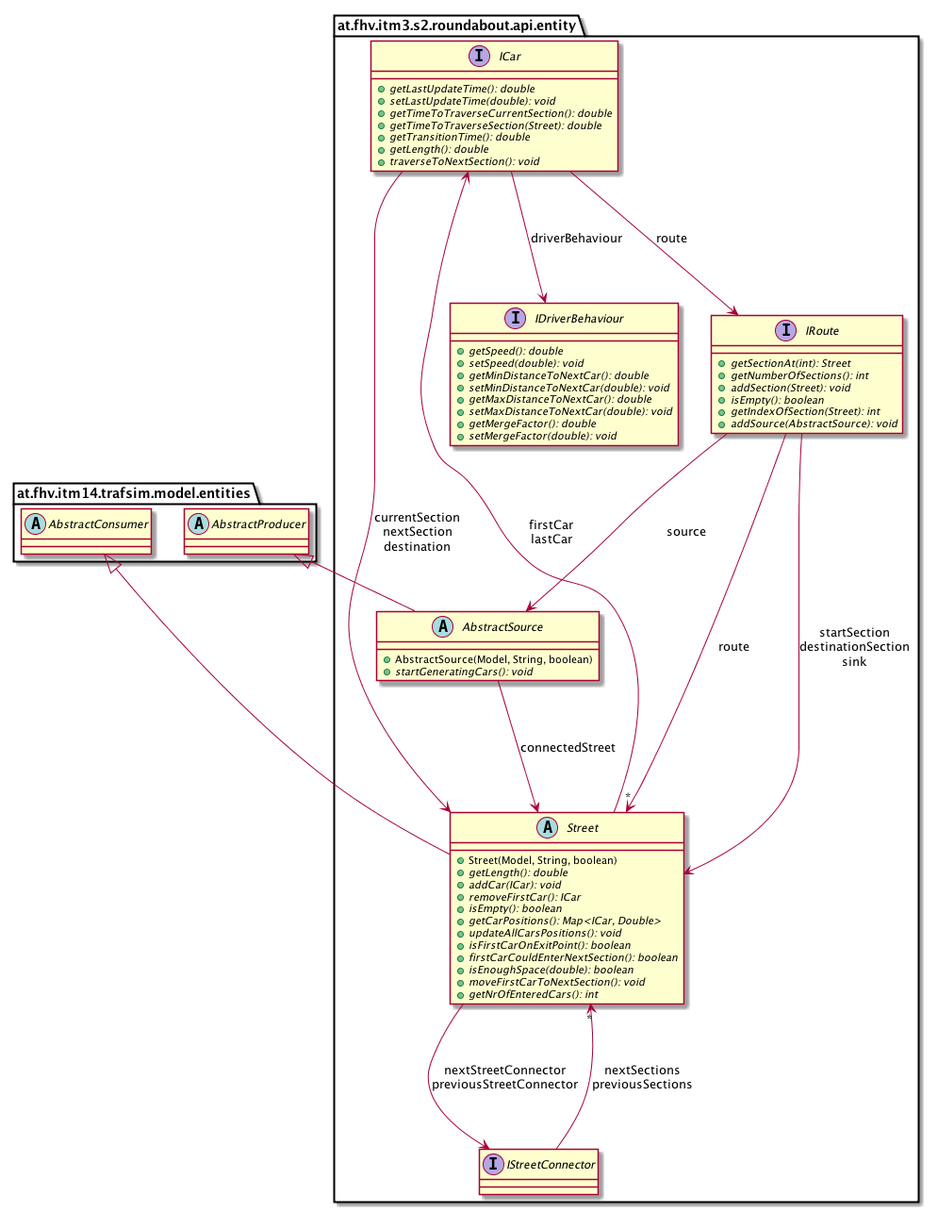
The PlantUML diagram images/uml-class/at.fhv.itm3.s2.roundabout.api.entity.package.png in sereGkaluv/Roundabout-Simulation-Library, before a commit. Its diagram source:
```plantuml
@startuml

    namespace at.fhv.itm3.s2.roundabout.api.entity {

        interface IDriverBehaviour [[../../../../../at/fhv/itm3/s2/roundabout/api/entity/IDriverBehaviour.html]] {
            {abstract} +getSpeed(): double
            {abstract} +setSpeed(double): void
            {abstract} +getMinDistanceToNextCar(): double
            {abstract} +setMinDistanceToNextCar(double): void
            {abstract} +getMaxDistanceToNextCar(): double
            {abstract} +setMaxDistanceToNextCar(double): void
            {abstract} +getMergeFactor(): double
            {abstract} +setMergeFactor(double): void
        }

        interface IStreetConnector [[../../../../../at/fhv/itm3/s2/roundabout/api/entity/IStreetConnector.html]] {
        }

        abstract class AbstractSource [[../../../../../at/fhv/itm3/s2/roundabout/api/entity/AbstractSource.html]] {
            +AbstractSource(Model, String, boolean)
            {abstract} +startGeneratingCars(): void
        }

        abstract class Street [[../../../../../at/fhv/itm3/s2/roundabout/api/entity/Street.html]] {
            +Street(Model, String, boolean)
            {abstract} +getLength(): double
            {abstract} +addCar(ICar): void
            {abstract} +removeFirstCar(): ICar
            {abstract} +isEmpty(): boolean
            {abstract} +getCarPositions(): Map<ICar, Double>
            {abstract} +updateAllCarsPositions(): void
            {abstract} +isFirstCarOnExitPoint(): boolean
            {abstract} +firstCarCouldEnterNextSection(): boolean
            {abstract} +isEnoughSpace(double): boolean
            {abstract} +moveFirstCarToNextSection(): void
            {abstract} +getNrOfEnteredCars(): int
        }

        interface IRoute [[../../../../../at/fhv/itm3/s2/roundabout/api/entity/IRoute.html]] {
            {abstract} +getSectionAt(int): Street
            {abstract} +getNumberOfSections(): int
            {abstract} +addSection(Street): void
            {abstract} +isEmpty(): boolean
            {abstract} +getIndexOfSection(Street): int
            {abstract} +addSource(AbstractSource): void
        }

        interface ICar [[../../../../../at/fhv/itm3/s2/roundabout/api/entity/ICar.html]] {
            {abstract} +getLastUpdateTime(): double
            {abstract} +setLastUpdateTime(double): void
            {abstract} +getTimeToTraverseCurrentSection(): double
            {abstract} +getTimeToTraverseSection(Street): double
            {abstract} +getTransitionTime(): double
            {abstract} +getLength(): double
            {abstract} +traverseToNextSection(): void
        }

        abstract class at.fhv.itm14.trafsim.model.entities.AbstractProducer
        at.fhv.itm14.trafsim.model.entities.AbstractProducer <|-- AbstractSource

        abstract class at.fhv.itm14.trafsim.model.entities.AbstractConsumer
        at.fhv.itm14.trafsim.model.entities.AbstractConsumer <|-- Street

        IStreetConnector --> "*" Street: nextSections\npreviousSections

        AbstractSource --> Street: connectedStreet

        Street --> ICar: firstCar\nlastCar

        Street --> IStreetConnector: nextStreetConnector\npreviousStreetConnector

        IRoute --> "*" Street: route

        IRoute --> Street: startSection\ndestinationSection\nsink

        IRoute --> AbstractSource: source

        ICar --> IDriverBehaviour: driverBehaviour

        ICar --> IRoute: route

        ICar --> Street: currentSection\nnextSection\ndestination

    }

@enduml
```
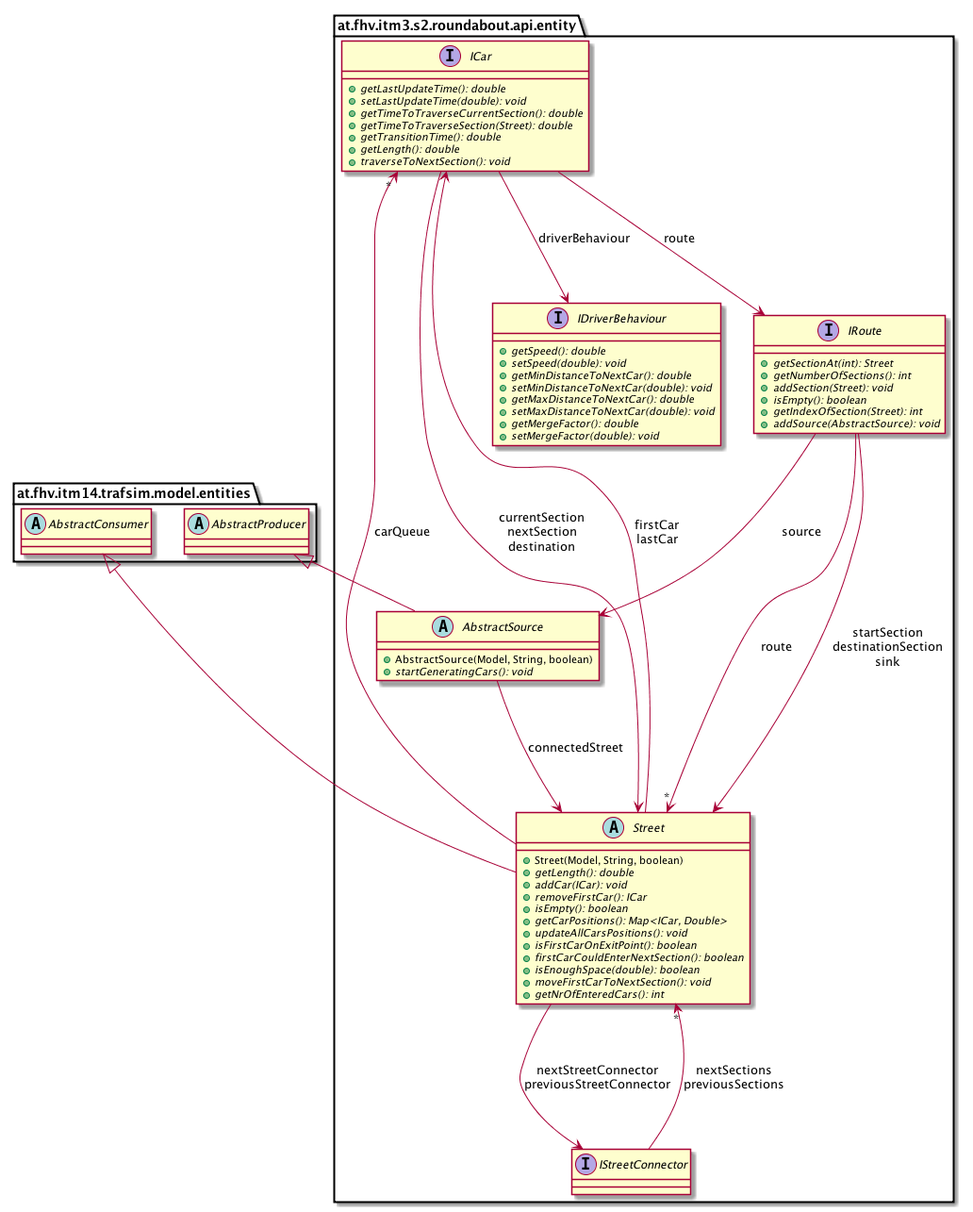
After the change.

Change to the diagram source:
```diff
@@ -67,6 +67,8 @@
 
         Street --> ICar: firstCar\nlastCar
 
+        Street --> "*" ICar: carQueue
+
         Street --> IStreetConnector: nextStreetConnector\npreviousStreetConnector
 
         IRoute --> "*" Street: route
```
